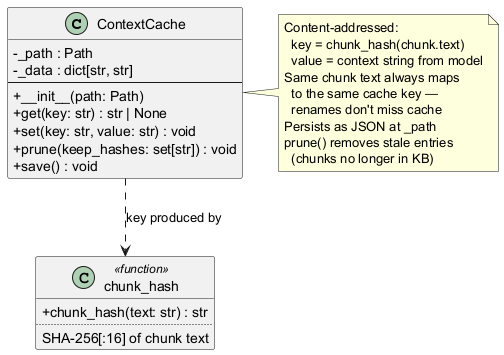
Before: docs/specs/modules/engine-context-cache.png, a diagram exported from PlantUML (mailtocsprasad/ai-kb-quiz). Source of this version:
```plantuml
@startuml engine-context-cache
skinparam classAttributeIconSize 0

class ContextCache {
  - _path : Path
  - _data : dict[str, str]
  --
  + __init__(path: Path)
  + get(key: str) : str | None
  + set(key: str, value: str) : void
  + prune(keep_hashes: set[str]) : void
  + save() : void
}

class "chunk_hash" <<function>> {
  + chunk_hash(text: str) : str
  ..
  SHA-256[:16] of chunk text
}

ContextCache ..> "chunk_hash" : key produced by

note right of ContextCache
  Content-addressed:
    key = chunk_hash(chunk.text)
    value = context string from model
  Same chunk text always maps
    to the same cache key —
    renames don't miss cache
  Persists as JSON at _path
  prune() removes stale entries
    (chunks no longer in KB)
end note

@enduml
```
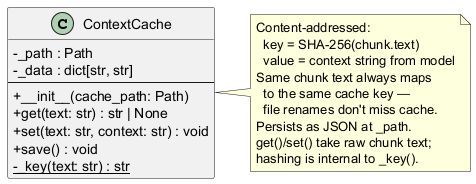
Above is the later version.

Change to the diagram source:
```diff
@@ -5,31 +5,23 @@
   - _path : Path
   - _data : dict[str, str]
   --
-  + __init__(path: Path)
-  + get(key: str) : str | None
-  + set(key: str, value: str) : void
-  + prune(keep_hashes: set[str]) : void
+  + __init__(cache_path: Path)
+  + get(text: str) : str | None
+  + set(text: str, context: str) : void
   + save() : void
+  - {static} _key(text: str) : str
 }
-
-class "chunk_hash" <<function>> {
-  + chunk_hash(text: str) : str
-  ..
-  SHA-256[:16] of chunk text
-}
-
-ContextCache ..> "chunk_hash" : key produced by
 
 note right of ContextCache
   Content-addressed:
-    key = chunk_hash(chunk.text)
+    key = SHA-256(chunk.text)
     value = context string from model
   Same chunk text always maps
     to the same cache key —
-    renames don't miss cache
-  Persists as JSON at _path
-  prune() removes stale entries
-    (chunks no longer in KB)
+    file renames don't miss cache.
+  Persists as JSON at _path.
+  get()/set() take raw chunk text;
+  hashing is internal to _key().
 end note
 
 @enduml
```
